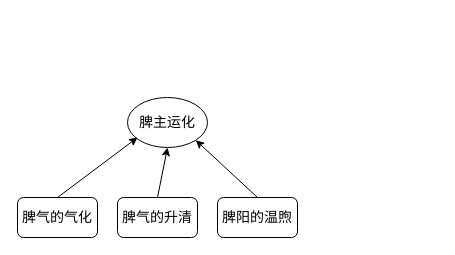
This is 医门推敲叁/中医藏象学说/藏像学说之脾/脾的主要生理功能/001脾主运化.drawio from 328507133/chart, a draw.io file, before an edit. Source tidied: cells renumbered, new cells numbered last; positions are measured from the earlier drawing's top-left corner, leaving out a move shared by most shapes. Both pictures are drawn from the tidied source at 100%, with x=0, y=0 at pixel (17, 97).
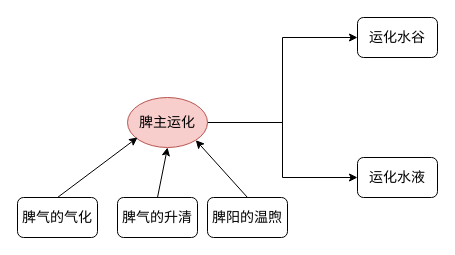
The same diagram, later.

Commit message (it also covers changes not shown here):
更新001脾主运化.drawio

Change to the diagram source:
```diff
@@
 <mxGraphModel>
   <root>
     <mxCell id="0" />
     <mxCell id="1" parent="0" />
+    <mxCell id="9" style="edgeStyle=orthogonalEdgeStyle;rounded=0;jettySize=auto;html=1;exitX=1;exitY=0.5;exitDx=0;exitDy=0;entryX=0;entryY=0.5;entryDx=0;entryDy=0;" parent="1" edge="1" source="2" target="11">
+      <mxGeometry relative="1" as="geometry" />
+    </mxCell>
+    <mxCell id="10" style="edgeStyle=orthogonalEdgeStyle;rounded=0;jettySize=auto;html=1;exitX=1;exitY=0.5;exitDx=0;exitDy=0;entryX=0;entryY=0.5;entryDx=0;entryDy=0;" parent="1" edge="1" source="2" target="12">
+      <mxGeometry relative="1" as="geometry" />
+    </mxCell>
-    <mxCell id="2" value="脾主运化" style="ellipse;whiteSpace=wrap;html=1;fontSize=14;" parent="1" vertex="1">
+    <mxCell id="2" value="脾主运化" style="ellipse;whiteSpace=wrap;html=1;fontSize=14;fillColor=#f8cecc;strokeColor=#b85450;" parent="1" vertex="1">
       <mxGeometry x="110" width="80" height="50" as="geometry" />
     </mxCell>
     <mxCell id="3" value="脾气的气化" style="rounded=1;whiteSpace=wrap;html=1;fontSize=14;" parent="1" vertex="1">
       <mxGeometry y="100" width="80" height="40" as="geometry" />
     </mxCell>
     <mxCell id="4" value="脾气的升清" style="rounded=1;whiteSpace=wrap;html=1;fontSize=14;" parent="1" vertex="1">
       <mxGeometry x="100" y="100" width="80" height="40" as="geometry" />
     </mxCell>
     <mxCell id="5" value="脾阳的温煦" style="rounded=1;whiteSpace=wrap;html=1;fontSize=14;" parent="1" vertex="1">
-      <mxGeometry x="200" y="100" width="80" height="40" as="geometry" />
+      <mxGeometry x="190" y="100" width="80" height="40" as="geometry" />
     </mxCell>
     <mxCell id="6" style="endArrow=classic;html=1;rounded=0;entryX=0.125;entryY=0.8;entryDx=0;entryDy=0;entryPerimeter=0;" parent="1" edge="1" target="2">
       <mxGeometry relative="1" as="geometry">
         <mxPoint x="40" y="100" as="sourcePoint" />
       </mxGeometry>
     </mxCell>
     <mxCell id="7" style="endArrow=classic;html=1;rounded=0;entryX=0.5;entryY=1;entryDx=0;entryDy=0;" parent="1" edge="1" target="2">
       <mxGeometry relative="1" as="geometry">
         <mxPoint x="140" y="100" as="sourcePoint" />
       </mxGeometry>
     </mxCell>
     <mxCell id="8" style="endArrow=classic;html=1;rounded=0;entryX=1;entryY=1;entryDx=0;entryDy=0;exitX=0.5;exitY=0;exitDx=0;exitDy=0;" parent="1" edge="1" source="5" target="2">
       <mxGeometry relative="1" as="geometry" />
     </mxCell>
+    <mxCell id="11" value="运化水谷" style="rounded=1;whiteSpace=wrap;html=1;fontSize=14;" parent="1" vertex="1">
+      <mxGeometry x="340" y="-80" width="80" height="40" as="geometry" />
+    </mxCell>
+    <mxCell id="12" value="运化水液" style="rounded=1;whiteSpace=wrap;html=1;fontSize=14;" parent="1" vertex="1">
+      <mxGeometry x="340" y="60" width="80" height="40" as="geometry" />
+    </mxCell>
   </root>
 </mxGraphModel>
```
